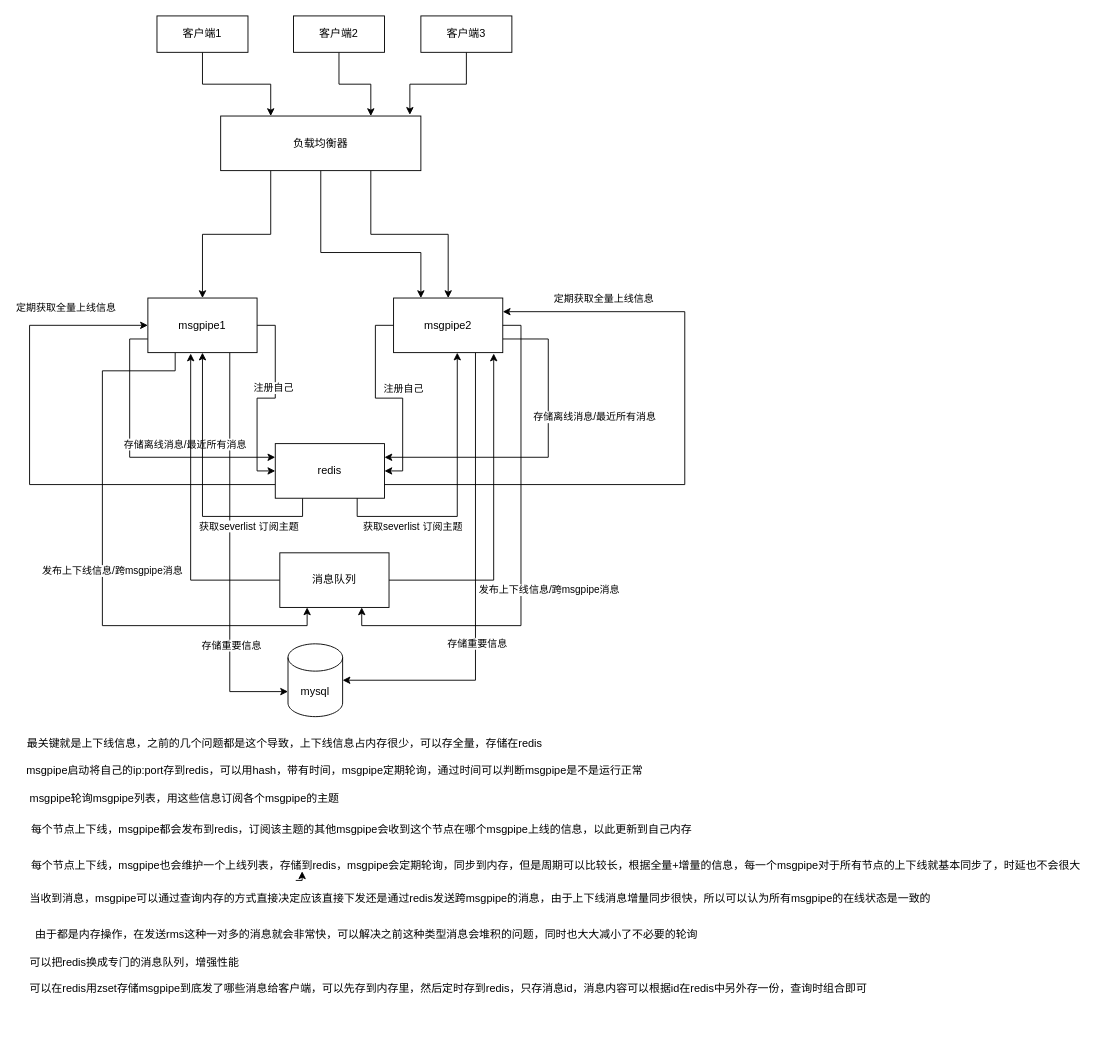
Above: Untitled Diagram.drawio in cba5119/hehe (draw.io), before the change. Source tidied: cells renumbered, new cells numbered last; positions are measured from the earlier drawing's top-left corner, leaving out a move shared by most shapes. Both pictures are drawn from the tidied source at 91%, with x=0, y=0 at pixel (20, 15).
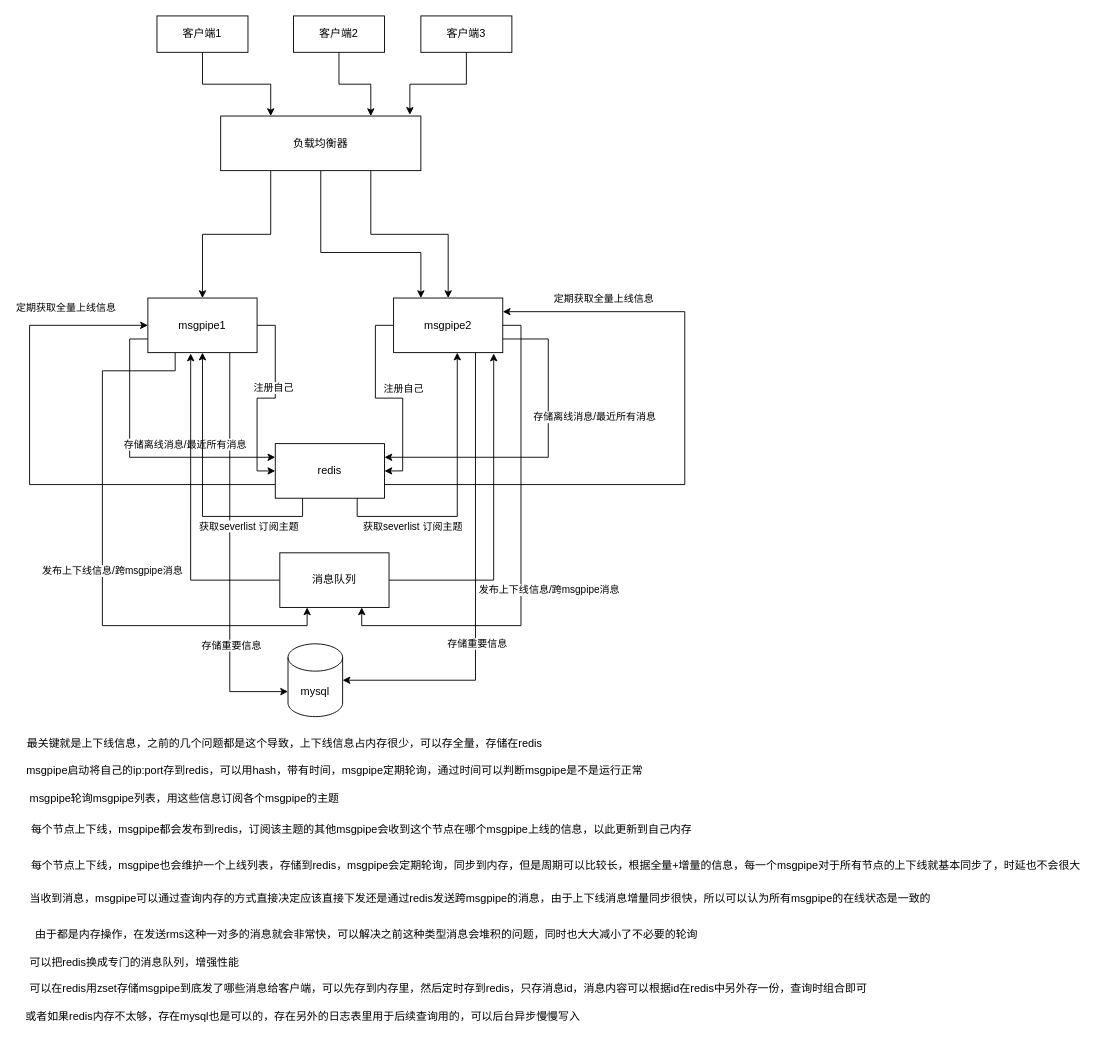
The same page after the edit.

Unchanged cells that the change refers to:
```xml
<mxCell id="46" value="&lt;div style=&quot;text-align: center&quot;&gt;&lt;span&gt;&lt;font face=&quot;helvetica&quot;&gt;每个节点上下线，msgpipe也会维护一个上线列表，存储到redis，msgpipe会定期轮询，同步到内存，但是周期可以比较长，根据全量+增量的信息，每一个msgpipe对于所有节点的上下线就基本同步了，时延也不会很大&lt;/font&gt;&lt;/span&gt;&lt;/div&gt;" style="text;whiteSpace=wrap;html=1;" parent="1" vertex="1">
  <mxGeometry x="10" y="920" width="1170" height="30" as="geometry" />
</mxCell>
```

Diff of the diagram source:
```diff
@@
-    <mxCell id="50" style="edgeStyle=orthogonalEdgeStyle;rounded=0;orthogonalLoop=1;jettySize=auto;html=1;exitX=0.25;exitY=1;exitDx=0;exitDy=0;entryX=0.256;entryY=0.667;entryDx=0;entryDy=0;entryPerimeter=0;" parent="1" edge="1" source="46" target="46">
-      <mxGeometry relative="1" as="geometry" />
-    </mxCell>
@@
+    <mxCell id="55" value="或者如果redis内存不太够，存在mysql也是可以的，存在另外的日志表里用于后续查询用的，可以后台异步慢慢写入" style="text;html=1;align=center;verticalAlign=middle;strokeColor=none;" parent="1" vertex="1">
+      <mxGeometry y="1090" width="620" height="20" as="geometry" />
+    </mxCell>
```
